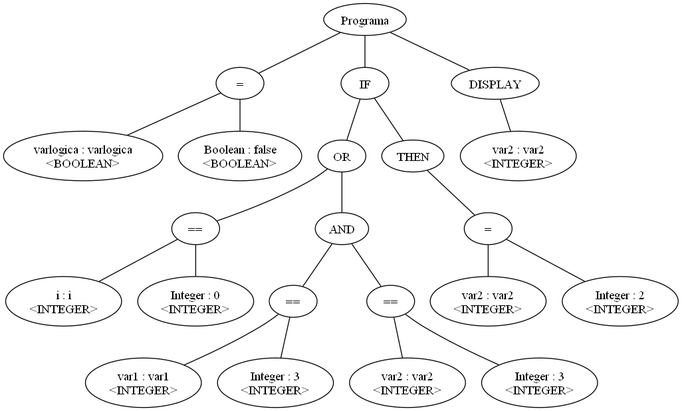
The Graphviz diagram arbol.png in leandroprios/compilador, before a commit. Its source is kept beside it as arbol.dot.
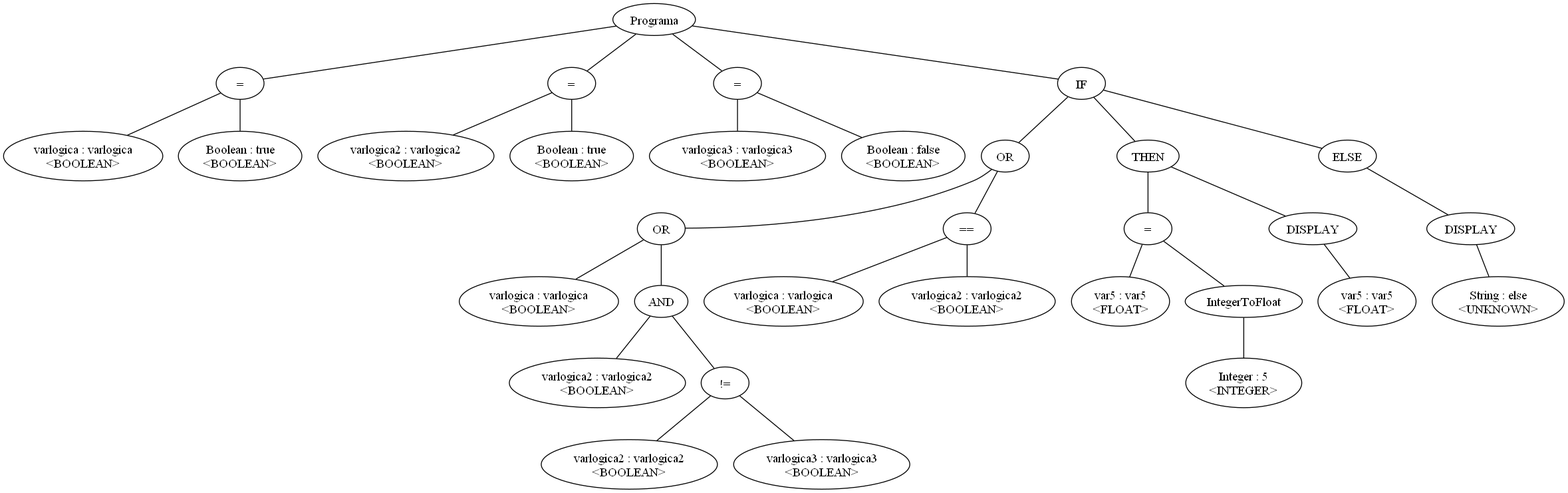
Later version of the same file.

Diff of the diagram source:
```diff
@@ -1,44 +1,64 @@
-graph G {nodo_72714197[label="Programa"]
-nodo_1340597973[label="="]
-nodo_72714197--nodo_1340597973
-nodo_222971267[label="varlogica : varlogica\n<BOOLEAN>"]
-nodo_1340597973--nodo_222971267
-nodo_621351120[label="Boolean : false\n<BOOLEAN>"]
-nodo_1340597973--nodo_621351120
-nodo_1812686715[label="IF"]
-nodo_72714197--nodo_1812686715
-nodo_480961889[label="OR"]
-nodo_1812686715--nodo_480961889
-nodo_1125371178[label="=="]
-nodo_480961889--nodo_1125371178
-nodo_779213320[label="i : i\n<INTEGER>"]
-nodo_1125371178--nodo_779213320
-nodo_435568642[label="Integer : 0\n<INTEGER>"]
-nodo_1125371178--nodo_435568642
-nodo_1388064688[label="AND"]
-nodo_480961889--nodo_1388064688
-nodo_253481552[label="=="]
-nodo_1388064688--nodo_253481552
-nodo_798681121[label="var1 : var1\n<INTEGER>"]
-nodo_253481552--nodo_798681121
-nodo_80169856[label="Integer : 3\n<INTEGER>"]
-nodo_253481552--nodo_80169856
-nodo_926233863[label="=="]
-nodo_1388064688--nodo_926233863
-nodo_1718483171[label="var2 : var2\n<INTEGER>"]
-nodo_926233863--nodo_1718483171
-nodo_508481519[label="Integer : 3\n<INTEGER>"]
-nodo_926233863--nodo_508481519
-nodo_1055430890[label="="]
-nodo_482547779--nodo_1055430890
-nodo_927716660[label="var2 : var2\n<INTEGER>"]
-nodo_1055430890--nodo_927716660
-nodo_1603425669[label="Integer : 2\n<INTEGER>"]
-nodo_1055430890--nodo_1603425669
-nodo_1812686715--nodo_482547779
-nodo_482547779[label="THEN"]
-nodo_669394686[label="DISPLAY"]
-nodo_72714197--nodo_669394686
-nodo_1572066592[label="var2 : var2\n<INTEGER>"]
-nodo_669394686--nodo_1572066592
+graph G {nodo_1726885918[label="Programa"]
+nodo_327325302[label="="]
+nodo_1726885918--nodo_327325302
+nodo_615883912[label="varlogica : varlogica\n<BOOLEAN>"]
+nodo_327325302--nodo_615883912
+nodo_1526911850[label="Boolean : true\n<BOOLEAN>"]
+nodo_327325302--nodo_1526911850
+nodo_1283155668[label="="]
+nodo_1726885918--nodo_1283155668
+nodo_1263364107[label="varlogica2 : varlogica2\n<BOOLEAN>"]
+nodo_1283155668--nodo_1263364107
+nodo_1112867854[label="Boolean : true\n<BOOLEAN>"]
+nodo_1283155668--nodo_1112867854
+nodo_251729581[label="="]
+nodo_1726885918--nodo_251729581
+nodo_408652895[label="varlogica3 : varlogica3\n<BOOLEAN>"]
+nodo_251729581--nodo_408652895
+nodo_955687535[label="Boolean : false\n<BOOLEAN>"]
+nodo_251729581--nodo_955687535
+nodo_1382654987[label="IF"]
+nodo_1726885918--nodo_1382654987
+nodo_1431991445[label="OR"]
+nodo_1382654987--nodo_1431991445
+nodo_287781653[label="OR"]
+nodo_1431991445--nodo_287781653
+nodo_474943108[label="varlogica : varlogica\n<BOOLEAN>"]
+nodo_287781653--nodo_474943108
+nodo_60401914[label="AND"]
+nodo_287781653--nodo_60401914
+nodo_98667200[label="varlogica2 : varlogica2\n<BOOLEAN>"]
+nodo_60401914--nodo_98667200
+nodo_762756850[label="!="]
+nodo_60401914--nodo_762756850
+nodo_1235861238[label="varlogica2 : varlogica2\n<BOOLEAN>"]
+nodo_762756850--nodo_1235861238
+nodo_129569089[label="varlogica3 : varlogica3\n<BOOLEAN>"]
+nodo_762756850--nodo_129569089
+nodo_243743996[label="=="]
+nodo_1431991445--nodo_243743996
+nodo_371102448[label="varlogica : varlogica\n<BOOLEAN>"]
+nodo_243743996--nodo_371102448
+nodo_306495691[label="varlogica2 : varlogica2\n<BOOLEAN>"]
+nodo_243743996--nodo_306495691
+nodo_1564010715[label="="]
+nodo_153427454--nodo_1564010715
+nodo_1785683804[label="var5 : var5\n<FLOAT>"]
+nodo_1564010715--nodo_1785683804
+nodo_134531571[label="IntegerToFloat"]
+nodo_1564010715--nodo_134531571
+nodo_1014104736[label="Integer : 5\n<INTEGER>"]
+nodo_134531571--nodo_1014104736
+nodo_647388101[label="DISPLAY"]
+nodo_153427454--nodo_647388101
+nodo_907245044[label="var5 : var5\n<FLOAT>"]
+nodo_647388101--nodo_907245044
+nodo_1382654987--nodo_153427454
+nodo_153427454[label="THEN"]
+nodo_1382654987--nodo_980575845
+nodo_980575845[label="ELSE"]
+nodo_418802068[label="DISPLAY"]
+nodo_980575845--nodo_418802068
+nodo_884809512[label="String : else\n<UNKNOWN>"]
+nodo_418802068--nodo_884809512
 }
```
